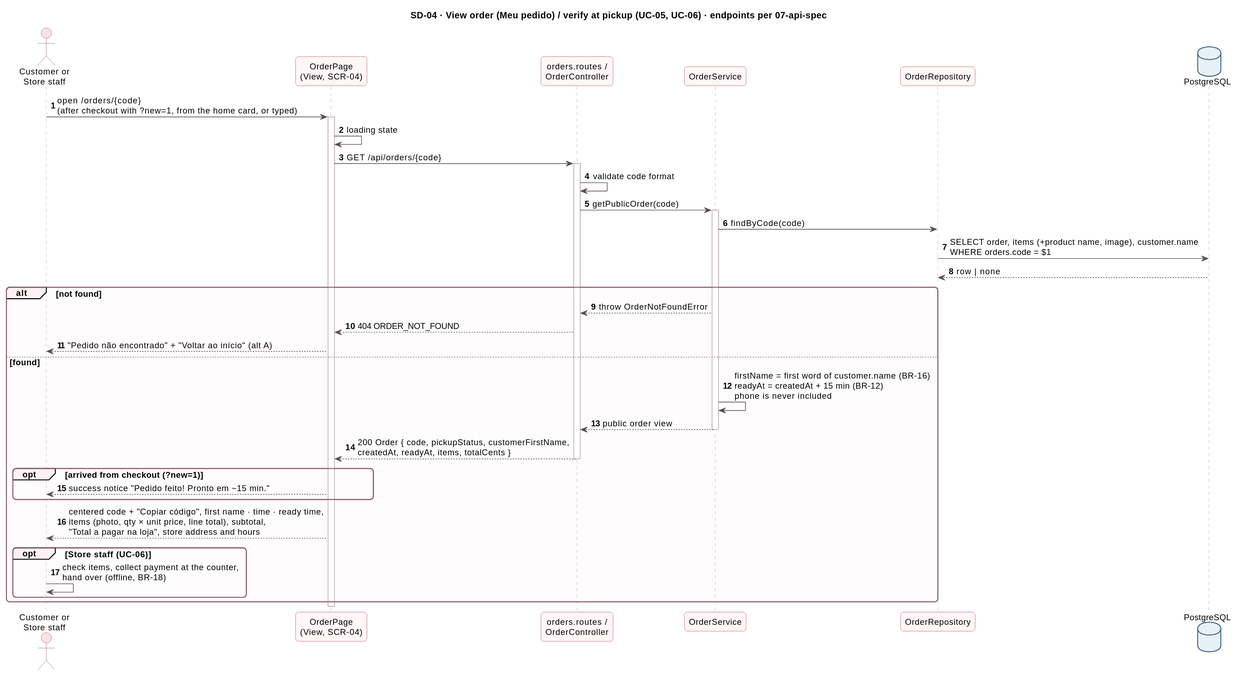
Above: docs/diagrams/sequence-diagrams/sd-04-view-order.svg in tiagopacedev/cupcake-app (PlantUML), before the change. The source it was exported from:
```plantuml
@startuml sd-04-view-order
!include ../_style.iuml
title SD-04 · View order (Meu pedido) / verify at pickup (UC-05, UC-06) · endpoints per 07-api-spec
autonumber
actor "Customer or\nStore staff" as Actor
participant "OrderPage\n(View, SCR-04)" as V
participant "orders.routes /\nOrderController" as C
participant "OrderService" as S
participant "OrderRepository" as OR
database "PostgreSQL" as DB

Actor -> V : open /orders/{code}\n(after checkout with ?new=1, from the home card, or typed)
activate V
V -> V : loading state
V -> C : GET /api/orders/{code}
activate C
C -> C : validate code format
C -> S : getPublicOrder(code)
activate S
S -> OR : findByCode(code)
OR -> DB : SELECT order, items (+product name, image), customer.name\nWHERE orders.code = $1
DB --> OR : row | none
alt not found
  S --> C : throw OrderNotFoundError
  C --> V : 404 ORDER_NOT_FOUND
  V --> Actor : "Pedido não encontrado" + "Voltar ao início" (alt A)
else found
  S -> S : firstName = first word of customer.name (BR-16)\nreadyAt = createdAt + 15 min (BR-12)\nphone is never included
  S --> C : public order view
  deactivate S
  C --> V : 200 Order { code, pickupStatus, customerFirstName,\ncreatedAt, readyAt, items, totalCents }
  deactivate C
  opt arrived from checkout (?new=1)
    V --> Actor : success notice "Pedido feito! Pronto em ~15 min."
  end
  V --> Actor : centered code + "Copiar código", first name · time · ready time,\nitems (photo, qty × unit price, line total), subtotal,\n"Total a pagar na loja", store address and hours
  opt Store staff (UC-06)
    Actor -> Actor : check items, collect payment at the counter,\nhand over (offline, BR-18)
  end
end
deactivate V
@enduml
```
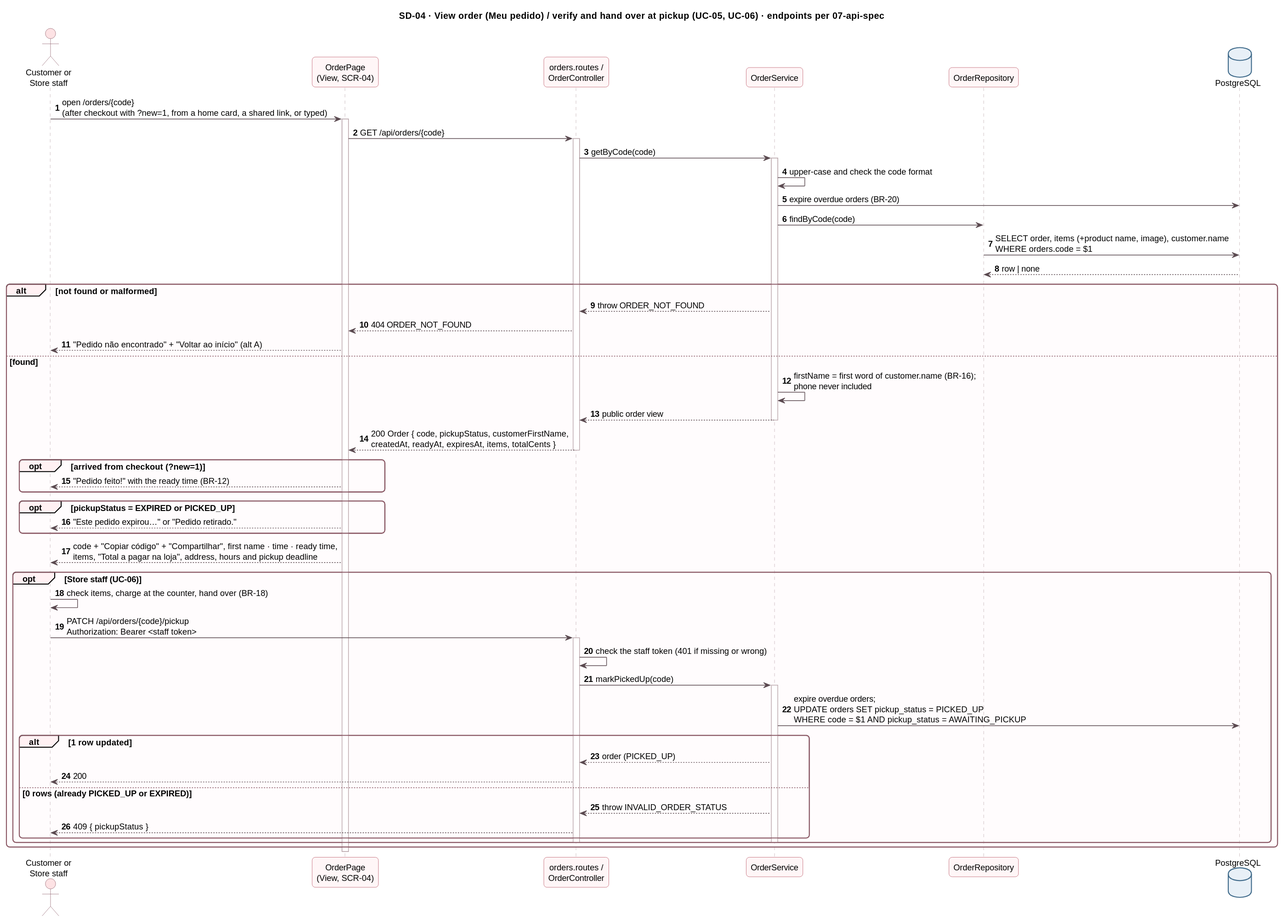
After the change.

The edit, as a diff of the source:
```diff
@@ -1,6 +1,6 @@
 @startuml sd-04-view-order
 !include ../_style.iuml
-title SD-04 · View order (Meu pedido) / verify at pickup (UC-05, UC-06) · endpoints per 07-api-spec
+title SD-04 · View order (Meu pedido) / verify and hand over at pickup (UC-05, UC-06) · endpoints per 07-api-spec
 autonumber
 actor "Customer or\nStore staff" as Actor
 participant "OrderPage\n(View, SCR-04)" as V
@@ -9,33 +9,51 @@
 participant "OrderRepository" as OR
 database "PostgreSQL" as DB
 
-Actor -> V : open /orders/{code}\n(after checkout with ?new=1, from the home card, or typed)
+Actor -> V : open /orders/{code}\n(after checkout with ?new=1, from a home card, a shared link, or typed)
 activate V
-V -> V : loading state
 V -> C : GET /api/orders/{code}
 activate C
-C -> C : validate code format
-C -> S : getPublicOrder(code)
+C -> S : getByCode(code)
 activate S
+S -> S : upper-case and check the code format
+S -> DB : expire overdue orders (BR-20)
 S -> OR : findByCode(code)
 OR -> DB : SELECT order, items (+product name, image), customer.name\nWHERE orders.code = $1
 DB --> OR : row | none
-alt not found
-  S --> C : throw OrderNotFoundError
+alt not found or malformed
+  S --> C : throw ORDER_NOT_FOUND
   C --> V : 404 ORDER_NOT_FOUND
   V --> Actor : "Pedido não encontrado" + "Voltar ao início" (alt A)
 else found
-  S -> S : firstName = first word of customer.name (BR-16)\nreadyAt = createdAt + 15 min (BR-12)\nphone is never included
+  S -> S : firstName = first word of customer.name (BR-16);\nphone never included
   S --> C : public order view
   deactivate S
-  C --> V : 200 Order { code, pickupStatus, customerFirstName,\ncreatedAt, readyAt, items, totalCents }
+  C --> V : 200 Order { code, pickupStatus, customerFirstName,\ncreatedAt, readyAt, expiresAt, items, totalCents }
   deactivate C
   opt arrived from checkout (?new=1)
-    V --> Actor : success notice "Pedido feito! Pronto em ~15 min."
+    V --> Actor : "Pedido feito!" with the ready time (BR-12)
   end
-  V --> Actor : centered code + "Copiar código", first name · time · ready time,\nitems (photo, qty × unit price, line total), subtotal,\n"Total a pagar na loja", store address and hours
+  opt pickupStatus = EXPIRED or PICKED_UP
+    V --> Actor : "Este pedido expirou…" or "Pedido retirado."
+  end
+  V --> Actor : code + "Copiar código" + "Compartilhar", first name · time · ready time,\nitems, "Total a pagar na loja", address, hours and pickup deadline
   opt Store staff (UC-06)
-    Actor -> Actor : check items, collect payment at the counter,\nhand over (offline, BR-18)
+    Actor -> Actor : check items, charge at the counter, hand over (BR-18)
+    Actor -> C : PATCH /api/orders/{code}/pickup\nAuthorization: Bearer <staff token>
+    activate C
+    C -> C : check the staff token (401 if missing or wrong)
+    C -> S : markPickedUp(code)
+    activate S
+    S -> DB : expire overdue orders;\nUPDATE orders SET pickup_status = PICKED_UP\nWHERE code = $1 AND pickup_status = AWAITING_PICKUP
+    alt 1 row updated
+      S --> C : order (PICKED_UP)
+      C --> Actor : 200
+    else 0 rows (already PICKED_UP or EXPIRED)
+      S --> C : throw INVALID_ORDER_STATUS
+      C --> Actor : 409 { pickupStatus }
+    end
+    deactivate S
+    deactivate C
   end
 end
 deactivate V
```
